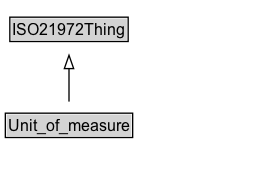
Earlier version of the Graphviz export docs/diagrams/Unit_of_measure.dot.png (ISO-TC204/ontology-i72-v1). Its source is kept beside it as docs/diagrams/Unit_of_measure.dot. The source it was exported from:
```dot
digraph {
	graph [overlap=false rankdir=TB splines=true]
	node [fontname=Arial fontsize=12 margin=0 shape=none]
	edge [fontname=Arial fontsize=11]
	{
		rank=max
		Unit_of_measure [label=<<TABLE BORDER="1" CELLBORDER="0" CELLSPACING="0" CELLPADDING="1"><TR><TD BGCOLOR="lightgray" ALIGN="CENTER" PORT="e">Unit_of_measure</TD></TR></TABLE>> URL="../Unit_of_measure.md" margin=0]
	}
	subgraph cluster_associated {
		label="" style=invis
		Invis [label=<<TABLE BORDER="0" CELLBORDER="0" CELLSPACING="0" CELLPADDING="1"><TR><TD></TD></TR></TABLE>> margin=0 style=invis]
	}
	ISO21972Thing [label=<<TABLE BORDER="1" CELLBORDER="0" CELLSPACING="0" CELLPADDING="1"><TR><TD BGCOLOR="lightgray" ALIGN="CENTER">ISO21972Thing</TD></TR></TABLE>> URL="../ISO21972Thing.md" margin=0]
	Unit_of_measure -> ISO21972Thing [arrowhead=onormal style=solid]
}
```
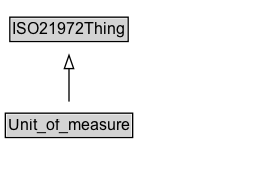
Above is the later version.

Diff of the diagram source:
```diff
@@ -3,13 +3,16 @@
 	node [fontname=Arial fontsize=12 margin=0 shape=none]
 	edge [fontname=Arial fontsize=11]
 	{
+		rank=source
+		ISO21972Thing [label=<<TABLE BORDER="1" CELLBORDER="0" CELLSPACING="0" CELLPADDING="1"><TR><TD BGCOLOR="lightgray" ALIGN="CENTER">ISO21972Thing</TD></TR></TABLE>> URL="../ISO21972Thing" margin=0]
+	}
+	Unit_of_measure [label=<<TABLE BORDER="1" CELLBORDER="0" CELLSPACING="0" CELLPADDING="1"><TR><TD BGCOLOR="lightgray" ALIGN="CENTER">Unit_of_measure</TD></TR></TABLE>> URL="../Unit_of_measure" margin=0]
+	{
 		rank=max
-		Unit_of_measure [label=<<TABLE BORDER="1" CELLBORDER="0" CELLSPACING="0" CELLPADDING="1"><TR><TD BGCOLOR="lightgray" ALIGN="CENTER" PORT="e">Unit_of_measure</TD></TR></TABLE>> URL="../Unit_of_measure.md" margin=0]
 	}
 	subgraph cluster_associated {
 		label="" style=invis
 		Invis [label=<<TABLE BORDER="0" CELLBORDER="0" CELLSPACING="0" CELLPADDING="1"><TR><TD></TD></TR></TABLE>> margin=0 style=invis]
 	}
-	ISO21972Thing [label=<<TABLE BORDER="1" CELLBORDER="0" CELLSPACING="0" CELLPADDING="1"><TR><TD BGCOLOR="lightgray" ALIGN="CENTER">ISO21972Thing</TD></TR></TABLE>> URL="../ISO21972Thing.md" margin=0]
 	Unit_of_measure -> ISO21972Thing [arrowhead=onormal style=solid]
 }
```
